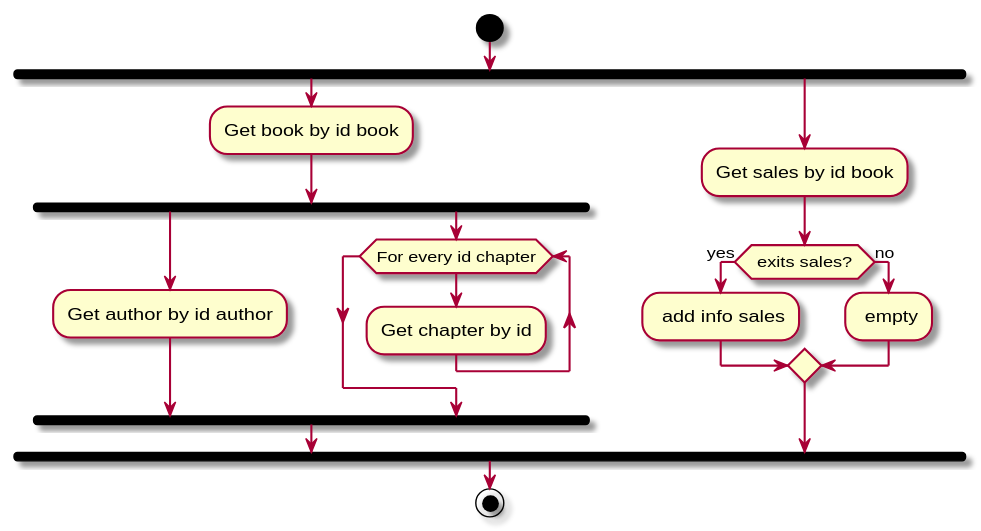
logicaalternativa/monad-transformer-and-more keeps this PlantUML diagram as doc/secuence.plantuml.svg. Above is the earlier version.
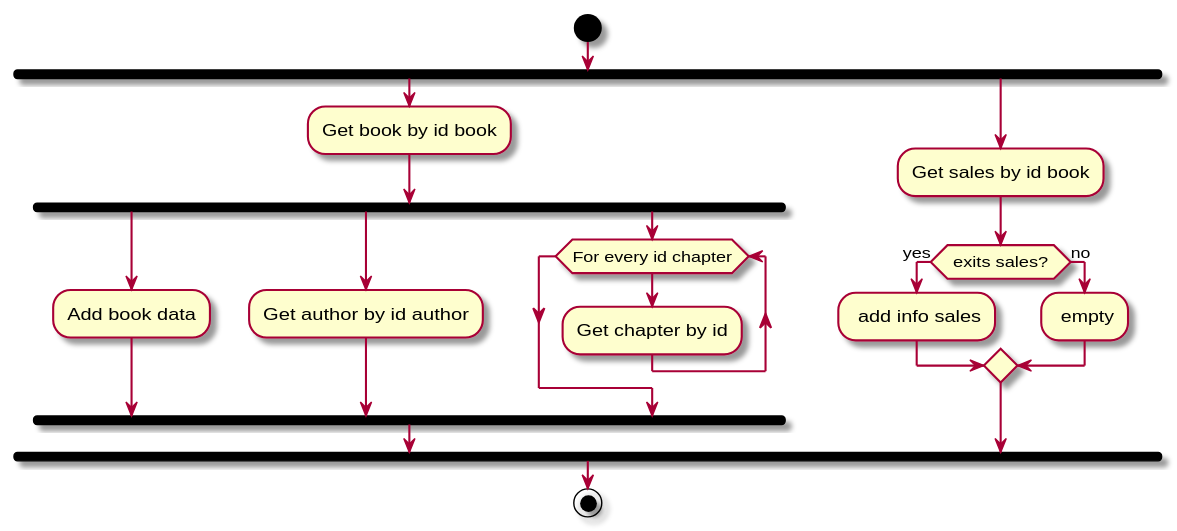
Above is the later version.

What changed in the source:
```diff
@@ -3,6 +3,8 @@
 fork
  :Get book by id book;
  fork
+  :Add book data;
+ fork again
   :Get author by id author;
  fork again
   while (For every id chapter)
```
